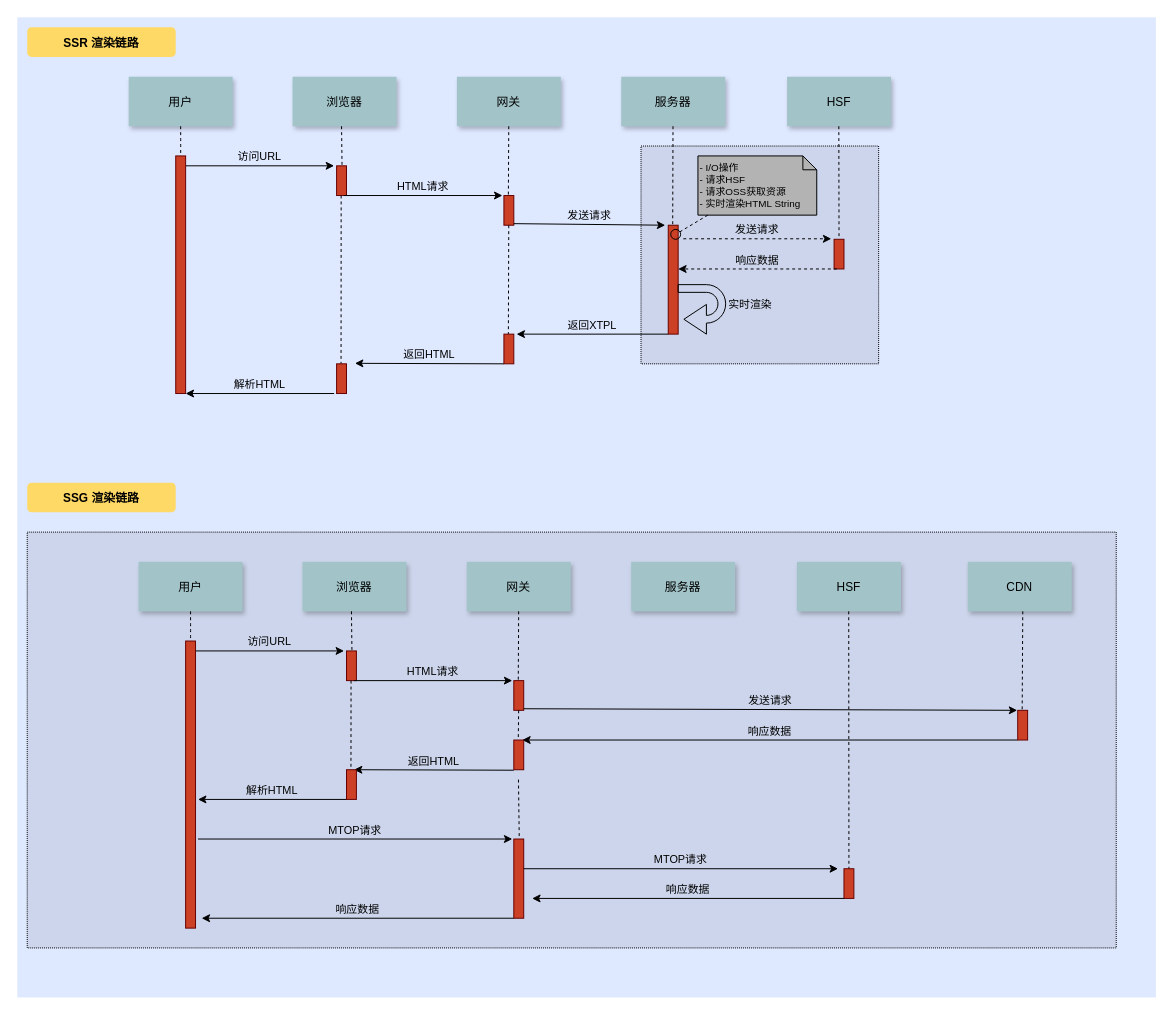
The draw.io diagram SSG与SSR的差异.drawio in hjyue1/drawDoc, before the edit. Source tidied: cells renumbered, new cells numbered last; positions are measured from the earlier drawing's top-left corner, leaving out a move shared by most shapes. Both pictures are drawn from the tidied source at 99%, with x=0, y=0 at pixel (17, 17).
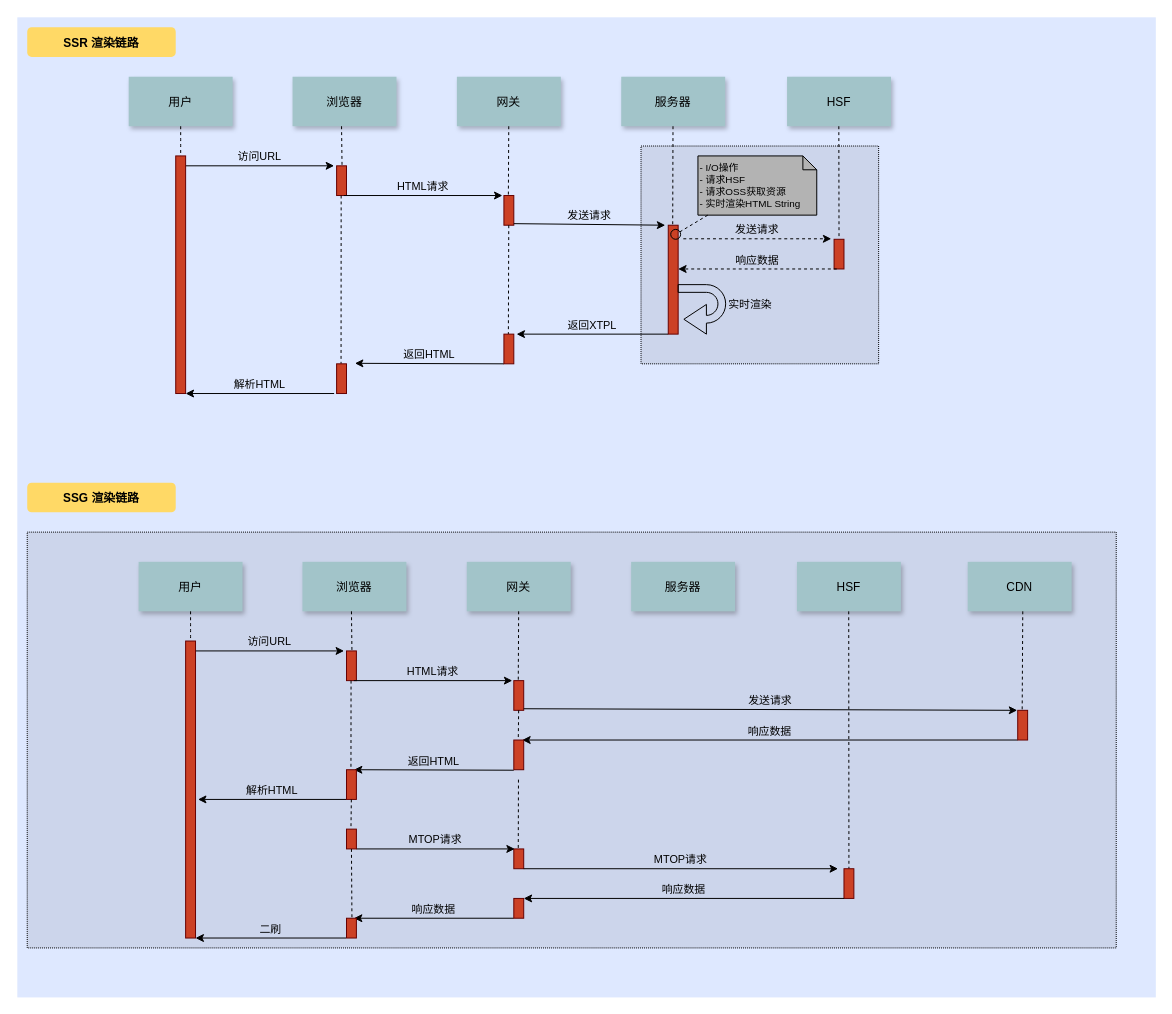
Above is the later version.

Commit message:
更新SSG与SSR的差异.drawio

What changed in the source:
```diff
@@
     <mxCell id="53" style="fillColor=#CC4125;strokeColor=#660000;" parent="1" vertex="1">
-      <mxGeometry x="170" y="630" width="10" height="290" as="geometry" />
+      <mxGeometry x="170" y="630" width="10" height="300" as="geometry" />
     </mxCell>
@@
-    <mxCell id="63" style="edgeStyle=elbowEdgeStyle;elbow=horizontal;endArrow=none;dashed=1;" parent="1" edge="1">
+    <mxCell id="63" style="edgeStyle=elbowEdgeStyle;elbow=horizontal;endArrow=none;dashed=1;entryX=0.5;entryY=0;entryDx=0;entryDy=0;" parent="1" edge="1" target="64">
       <mxGeometry x="860" y="-2180" as="geometry">
         <mxPoint x="506.2" y="770" as="sourcePoint" />
-        <mxPoint x="507" y="830" as="targetPoint" />
       </mxGeometry>
     </mxCell>
     <mxCell id="64" style="fillColor=#CC4125;strokeColor=#660000;" parent="1" vertex="1">
-      <mxGeometry x="501.5" y="830" width="10" height="80" as="geometry" />
+      <mxGeometry x="501.5" y="840" width="10" height="20" as="geometry" />
     </mxCell>
     <mxCell id="65" value="MTOP请求" style="edgeStyle=none;verticalLabelPosition=top;verticalAlign=bottom;labelBackgroundColor=none;" parent="1" edge="1">
       <mxGeometry x="850" y="-2398" as="geometry">
-        <mxPoint x="182.5" y="830" as="sourcePoint" />
-        <mxPoint x="500" y="830" as="targetPoint" />
+        <mxPoint x="342.5" y="840" as="sourcePoint" />
+        <mxPoint x="502.5" y="840" as="targetPoint" />
       </mxGeometry>
     </mxCell>
@@
-    <mxCell id="68" value="响应数据" style="edgeStyle=none;verticalLabelPosition=top;verticalAlign=bottom;labelBackgroundColor=none;" parent="1" edge="1">
+    <mxCell id="68" value="响应数据" style="edgeStyle=none;verticalLabelPosition=top;verticalAlign=bottom;labelBackgroundColor=none;entryX=1;entryY=0;entryDx=0;entryDy=0;" parent="1" edge="1" target="74">
       <mxGeometry x="850" y="-2398" as="geometry">
         <mxPoint x="835.2" y="890" as="sourcePoint" />
-        <mxPoint x="520" y="890" as="targetPoint" />
       </mxGeometry>
     </mxCell>
-    <mxCell id="69" value="响应数据" style="edgeStyle=none;verticalLabelPosition=top;verticalAlign=bottom;labelBackgroundColor=none;" parent="1" edge="1">
+    <mxCell id="69" value="响应数据" style="edgeStyle=none;verticalLabelPosition=top;verticalAlign=bottom;labelBackgroundColor=none;exitX=0;exitY=1;exitDx=0;exitDy=0;" parent="1" edge="1" source="74">
       <mxGeometry x="850" y="-2398" as="geometry">
-        <mxPoint x="501.5" y="910" as="sourcePoint" />
-        <mxPoint x="186.2" y="910" as="targetPoint" />
+        <mxPoint x="340" y="910" as="targetPoint" />
       </mxGeometry>
     </mxCell>
@@
+    <mxCell id="72" style="fillColor=#CC4125;strokeColor=#660000;" parent="1" vertex="1">
+      <mxGeometry x="332.5" y="820" width="10" height="20" as="geometry" />
+    </mxCell>
+    <mxCell id="73" style="edgeStyle=elbowEdgeStyle;elbow=horizontal;endArrow=none;dashed=1;entryX=0.5;entryY=0;entryDx=0;entryDy=0;" parent="1" edge="1">
+      <mxGeometry x="860" y="-2180" as="geometry">
+        <mxPoint x="337.4" y="790" as="sourcePoint" />
+        <mxPoint x="337.4" y="820" as="targetPoint" />
+      </mxGeometry>
+    </mxCell>
+    <mxCell id="74" style="fillColor=#CC4125;strokeColor=#660000;" parent="1" vertex="1">
+      <mxGeometry x="501.5" y="890" width="10" height="20" as="geometry" />
+    </mxCell>
+    <mxCell id="75" style="fillColor=#CC4125;strokeColor=#660000;" parent="1" vertex="1">
+      <mxGeometry x="332.5" y="910" width="10" height="20" as="geometry" />
+    </mxCell>
+    <mxCell id="76" style="edgeStyle=elbowEdgeStyle;elbow=horizontal;endArrow=none;dashed=1;entryX=0.5;entryY=0;entryDx=0;entryDy=0;" parent="1" edge="1" target="75">
+      <mxGeometry x="860" y="-2180" as="geometry">
+        <mxPoint x="337.5" y="840" as="sourcePoint" />
+      </mxGeometry>
+    </mxCell>
+    <mxCell id="77" value="二刷" style="edgeStyle=none;verticalLabelPosition=top;verticalAlign=bottom;labelBackgroundColor=none;exitX=0;exitY=1;exitDx=0;exitDy=0;" parent="1" edge="1">
+      <mxGeometry x="850" y="-2398" as="geometry">
+        <mxPoint x="332" y="930" as="sourcePoint" />
+        <mxPoint x="180" y="930" as="targetPoint" />
+      </mxGeometry>
+    </mxCell>
```
